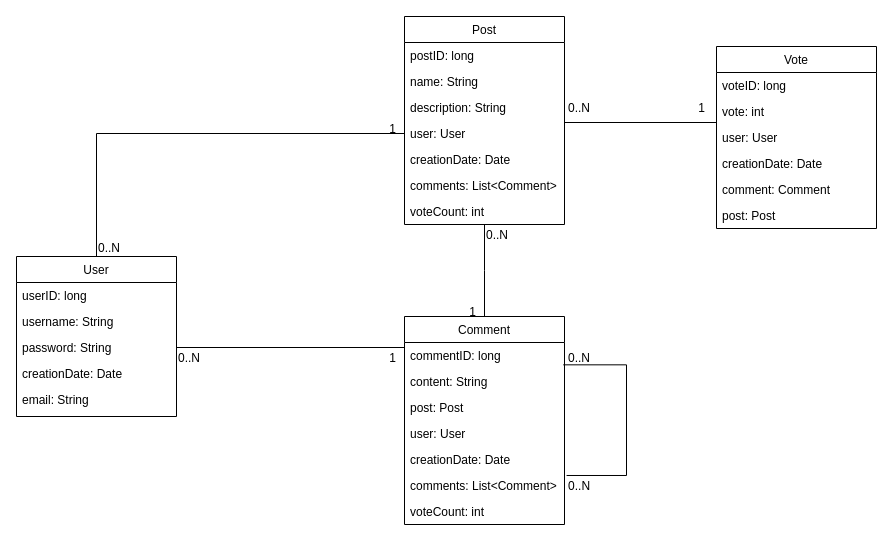
The draw.io diagram DB.drawio in DomenicoDiFina/feddit-reddit-clone, before the edit. Source tidied: cells renumbered, new cells numbered last; positions are measured from the earlier drawing's top-left corner, leaving out a move shared by most shapes. Both pictures are drawn from the tidied source at 100%, with x=0, y=0 at pixel (16, 16).
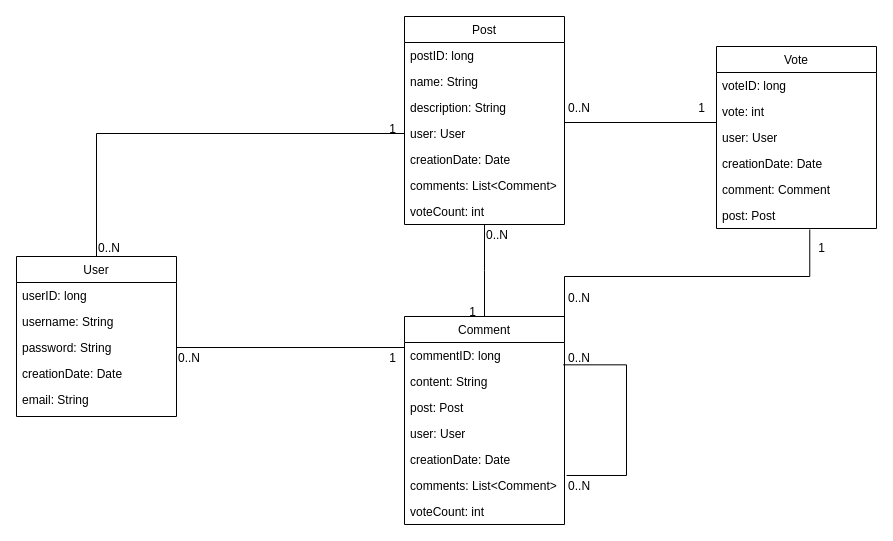
The same diagram, later.

Unchanged cells that the change refers to:
```xml
<mxCell id="13" value="Comment" style="swimlane;fontStyle=0;align=center;verticalAlign=top;horizontal=1;startSize=26;rounded=0;shadow=0;strokeWidth=1;" parent="1" vertex="1">
  <mxGeometry x="388" y="300" width="160" height="208" as="geometry" />
</mxCell>
<mxCell id="42" value="post: Post" style="text;align=left;verticalAlign=top;spacingLeft=4;spacingRight=4;overflow=hidden;points=[[0,0.5],[1,0.5]];portConstraint=eastwest;rounded=0;shadow=0;html=0;" parent="36" vertex="1">
  <mxGeometry y="156" width="160" height="26" as="geometry" />
</mxCell>
```

What changed in the source:
```diff
@@
+    <mxCell id="46" style="endArrow=none;shadow=0;strokeWidth=1;rounded=0;endFill=0;edgeStyle=elbowEdgeStyle;elbow=vertical;entryX=1;entryY=0.037;entryDx=0;entryDy=0;exitX=0.583;exitY=1.038;exitDx=0;exitDy=0;entryPerimeter=0;exitPerimeter=0;" parent="1" edge="1" source="42" target="13">
+      <mxGeometry x="0.5" y="41" relative="1" as="geometry">
+        <mxPoint x="-40" y="32" as="offset" />
+      </mxGeometry>
+    </mxCell>
+    <mxCell id="47" value="0..N" style="align=left;verticalAlign=bottom;labelBackgroundColor=none;fontSize=12;" parent="46" vertex="1">
+      <mxGeometry x="-1" relative="1" as="geometry">
+        <mxPoint x="-243.3" y="77" as="offset" />
+      </mxGeometry>
+    </mxCell>
+    <mxCell id="48" value="1" style="align=right;verticalAlign=bottom;labelBackgroundColor=none;fontSize=12;" parent="46" vertex="1">
+      <mxGeometry x="1" relative="1" as="geometry">
+        <mxPoint x="262" y="-67.7" as="offset" />
+      </mxGeometry>
+    </mxCell>
```
